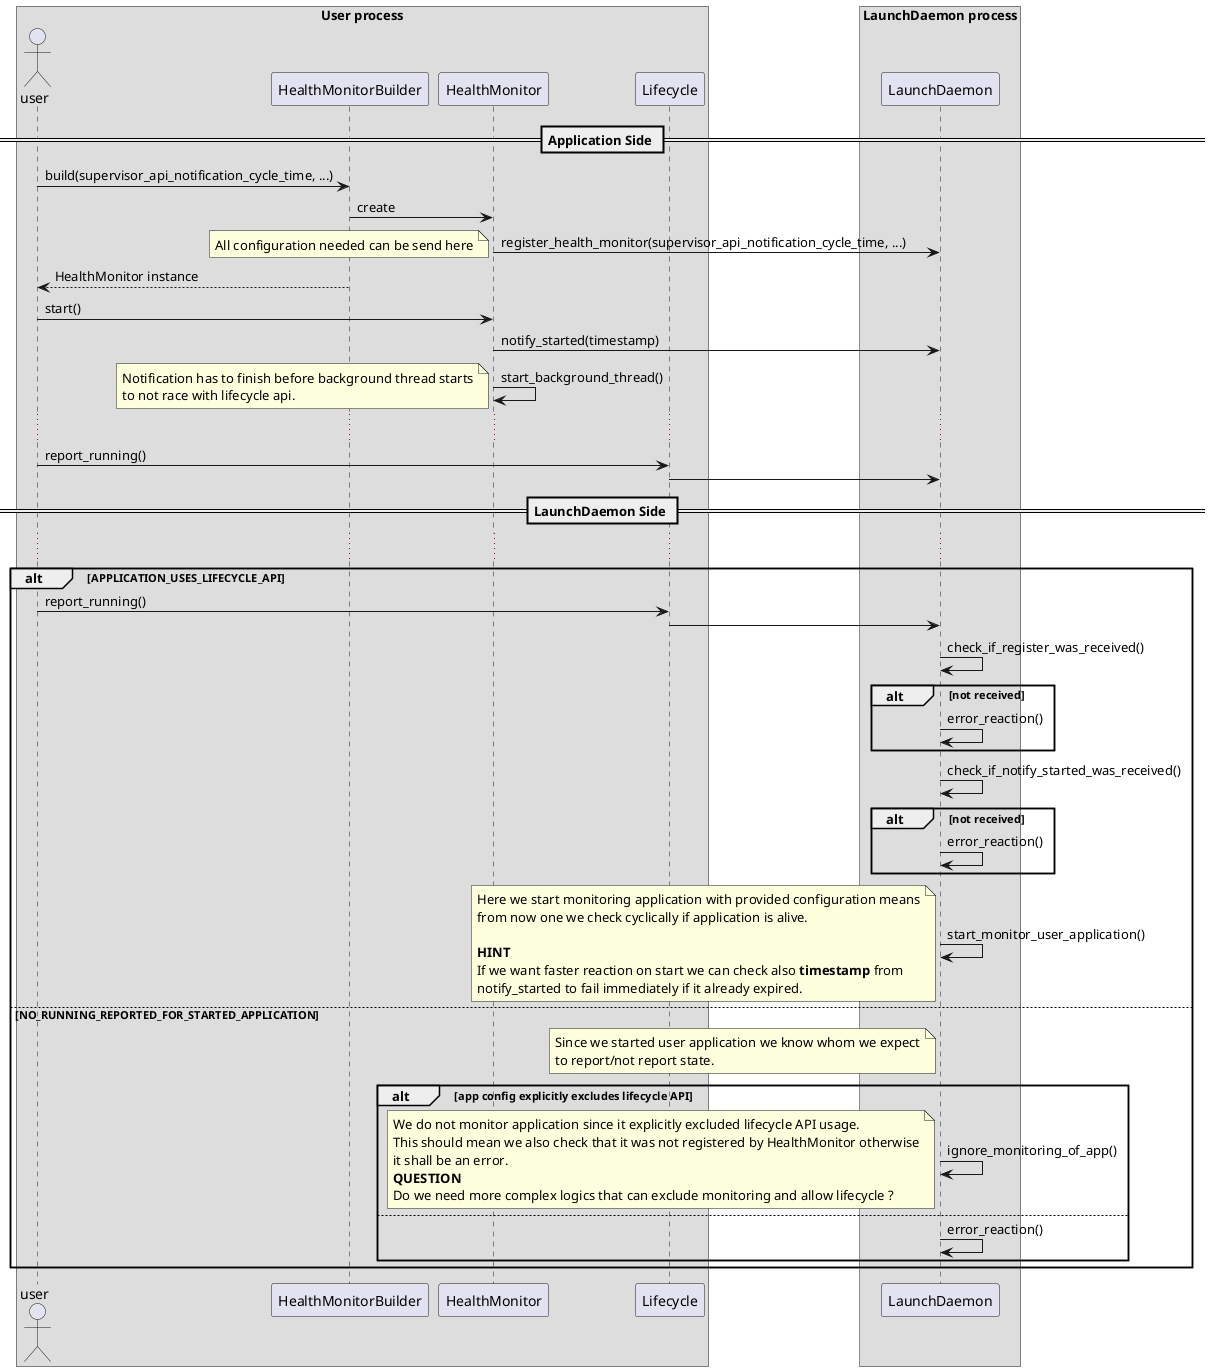
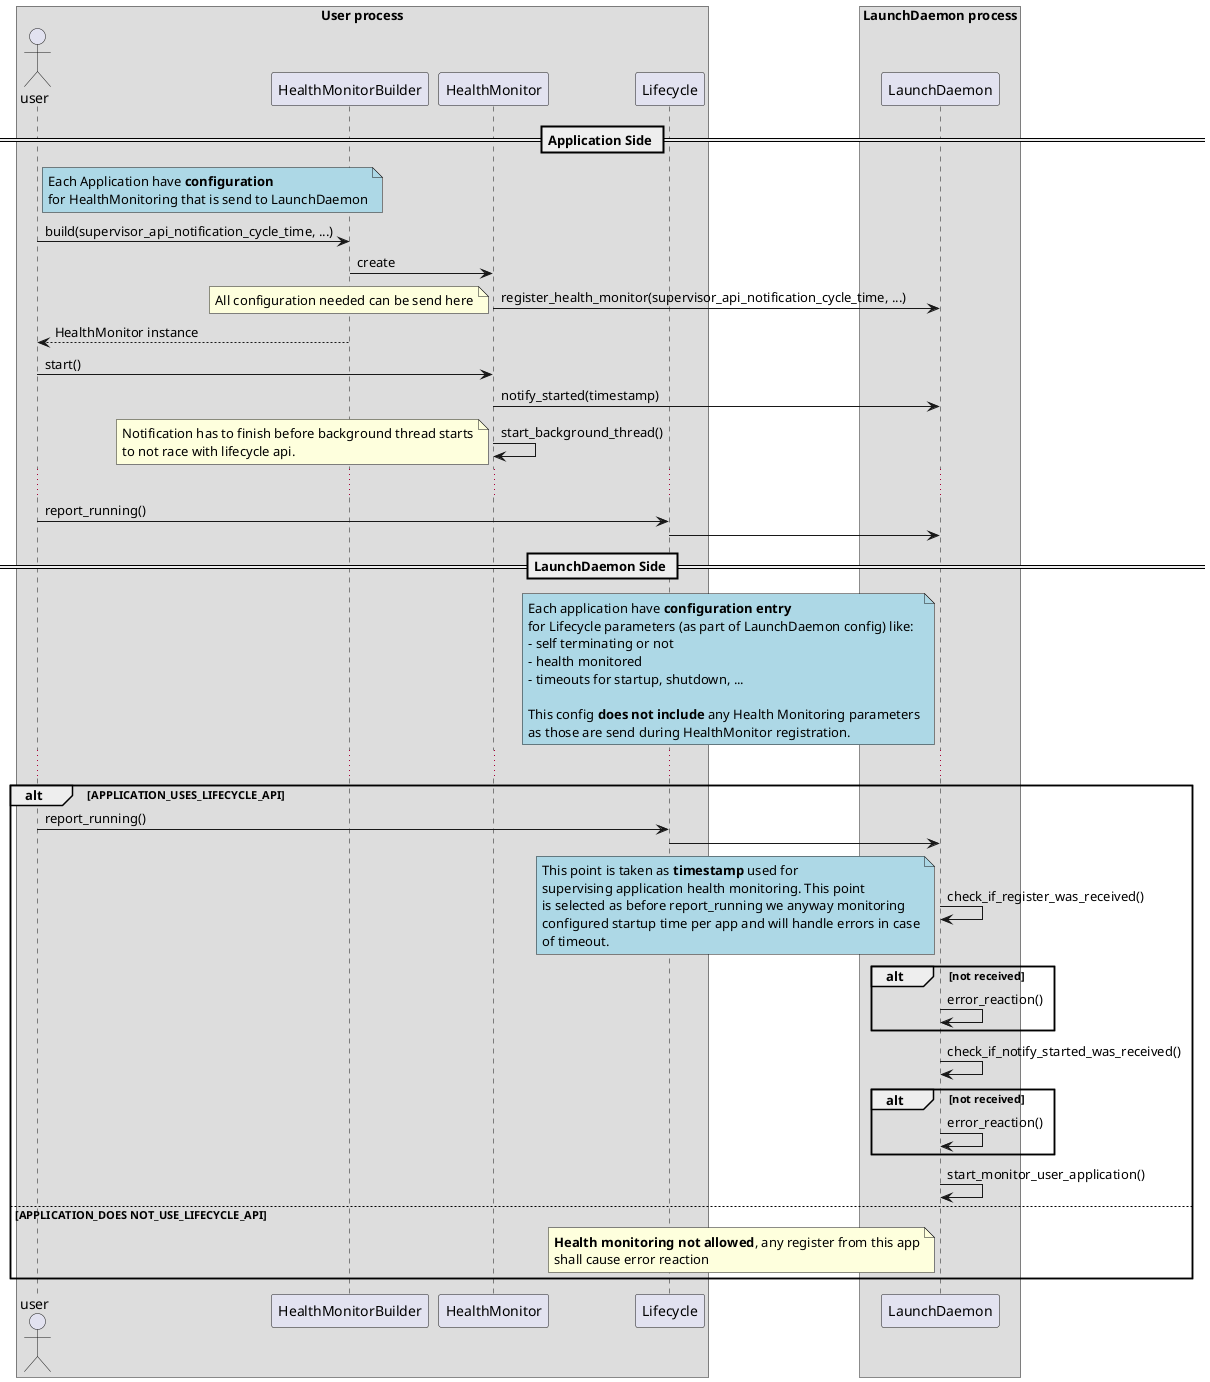
@startuml

box "User process"
    actor "user"
    participant "HealthMonitorBuilder"
    participant "HealthMonitor"
    participant "Lifecycle"
end box

box "LaunchDaemon process"
    participant "LaunchDaemon"
end box

== Application Side ==
+ note right of user #lightblue
+ Each Application have **configuration**
+ for HealthMonitoring that is send to LaunchDaemon
+ end note

user -> HealthMonitorBuilder : build(supervisor_api_notification_cycle_time, ...)
HealthMonitorBuilder -> HealthMonitor: create
HealthMonitor -> LaunchDaemon: register_health_monitor(supervisor_api_notification_cycle_time, ...)
note left
All configuration needed can be send here
end note

HealthMonitorBuilder --> user: HealthMonitor instance

user -> HealthMonitor: start()
HealthMonitor -> LaunchDaemon: notify_started(timestamp)
HealthMonitor -> HealthMonitor: start_background_thread()
note left
Notification has to finish before background thread starts
to not race with lifecycle api.
end note
...

user -> Lifecycle: report_running()
Lifecycle -> LaunchDaemon


== LaunchDaemon Side ==

+ note left of LaunchDaemon #lightblue
+ Each application have **configuration entry**
+ for Lifecycle parameters (as part of LaunchDaemon config) like:
+ - self terminating or not
+ - health monitored
+ - timeouts for startup, shutdown, ...
+ 
+ This config **does not include** any Health Monitoring parameters
+ as those are send during HealthMonitor registration.
+ end note
+ 
...
alt APPLICATION_USES_LIFECYCLE_API
    user -> Lifecycle: report_running()
    Lifecycle -> LaunchDaemon

    LaunchDaemon -> LaunchDaemon: check_if_register_was_received()
+     note left #lightblue
+     This point is taken as **timestamp** used for
+     supervising application health monitoring. This point
+     is selected as before report_running we anyway monitoring
+     configured startup time per app and will handle errors in case
+     of timeout.
+     end note
+ 
    alt not received
        LaunchDaemon -> LaunchDaemon: error_reaction()
    end

    LaunchDaemon -> LaunchDaemon: check_if_notify_started_was_received()
    alt not received
        LaunchDaemon -> LaunchDaemon: error_reaction()
    end


    LaunchDaemon -> LaunchDaemon: start_monitor_user_application()
-     note left
-     Here we start monitoring application with provided configuration means
-     from now one we check cyclically if application is alive.
- 
-     **HINT**
-     If we want faster reaction on start we can check also **timestamp** from
-     notify_started to fail immediately if it already expired.
+ else APPLICATION_DOES NOT_USE_LIFECYCLE_API
+     note left of LaunchDaemon
+     **Health monitoring not allowed**, any register from this app
+     shall cause error reaction
    end note
- else NO_RUNNING_REPORTED_FOR_STARTED_APPLICATION
-     note left of LaunchDaemon
-     Since we started user application we know whom we expect
-     to report/not report state.
-     end note
- 
-     alt app config explicitly excludes lifecycle API
-         LaunchDaemon -> LaunchDaemon: ignore_monitoring_of_app()
-         note left
-         We do not monitor application since it explicitly excluded lifecycle API usage.
-         This should mean we also check that it was not registered by HealthMonitor otherwise
-         it shall be an error.
-         **QUESTION**
-         Do we need more complex logics that can exclude monitoring and allow lifecycle ?
-         end note
-     else
-         LaunchDaemon -> LaunchDaemon: error_reaction()
-     end
end

@enduml
